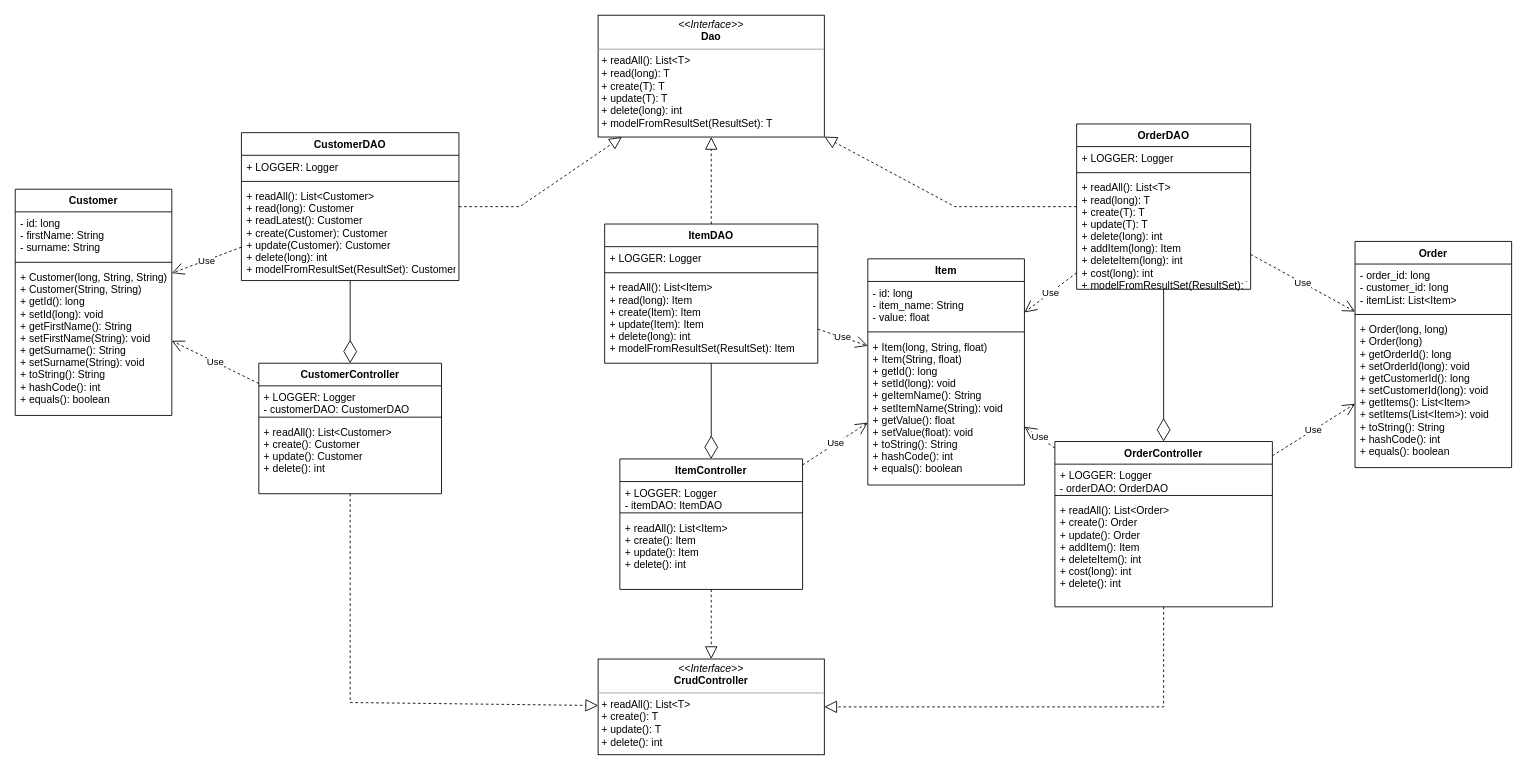
This is documents/IMS Class diagram.drawio from Tasdiq-Dewan/Tasdiq-Dewan-IMS-Project, a draw.io file, before an edit. Source tidied: cells renumbered, new cells numbered last; positions are measured from the earlier drawing's top-left corner, leaving out a move shared by most shapes. Both pictures are drawn from the tidied source at 87%, with x=0, y=0 at pixel (15, 15).
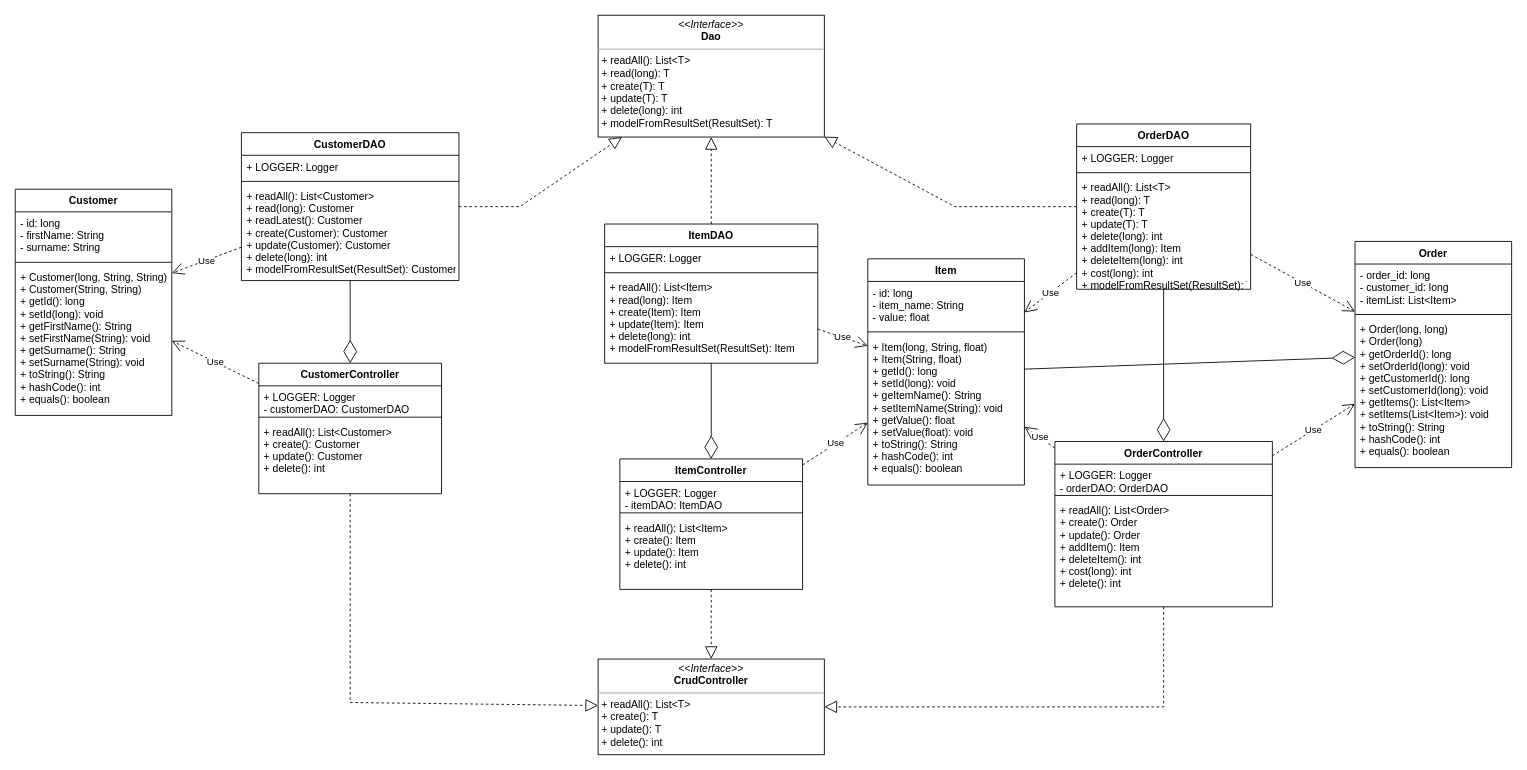
After the change.

Commit message (it also covers changes not shown here):
updated class diagram to include aggregate link between order and item

The change refers to these unchanged cells:
```xml
<mxCell id="37" value="Item" style="swimlane;fontStyle=1;align=center;verticalAlign=top;horizontal=1;startSize=26;" parent="1" vertex="1">
  <mxGeometry x="980" y="280" width="180" height="260" as="geometry" />
</mxCell>
<mxCell id="51" value="Order" style="swimlane;fontStyle=1;align=center;verticalAlign=top;horizontal=1;startSize=26;" parent="1" vertex="1">
  <mxGeometry x="1540" y="260" width="180" height="260" as="geometry" />
</mxCell>
```

Change to the diagram source:
```diff
@@
+    <mxCell id="57" style="endArrow=diamondThin;endFill=0;endSize=24;html=1;rounded=0;" parent="1" edge="1" source="37" target="51">
+      <mxGeometry relative="1" as="geometry" />
+    </mxCell>
```
